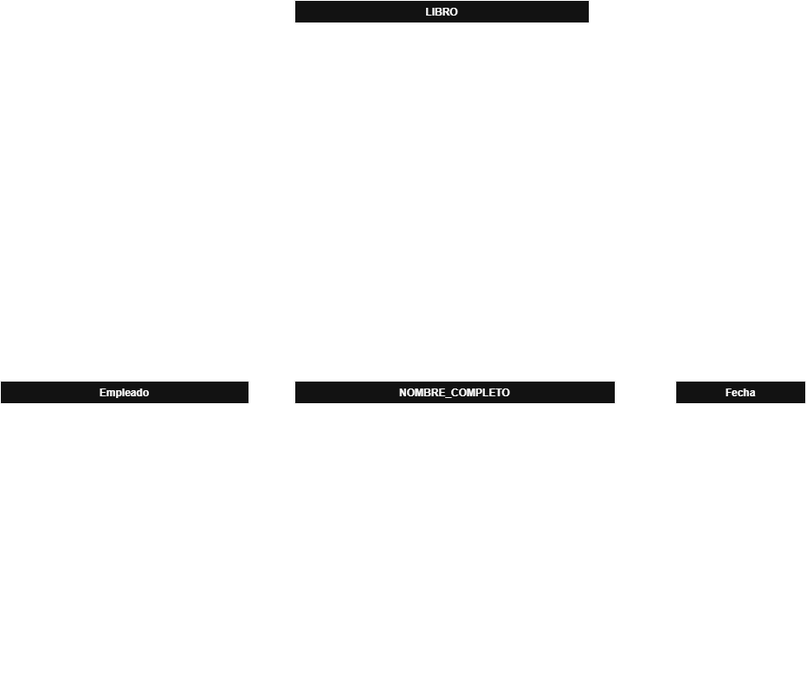
joeOsorio/36282_ProgramacinOrientadaAObjetos keeps this draw.io diagram as 2_Laboratorio/L02_Tema/docs/POO_Practica2_UML.png. Above is the earlier version. Source tidied: cells renumbered, new cells last; positions are measured from the earlier drawing's top-left corner, leaving out a move shared by most shapes.
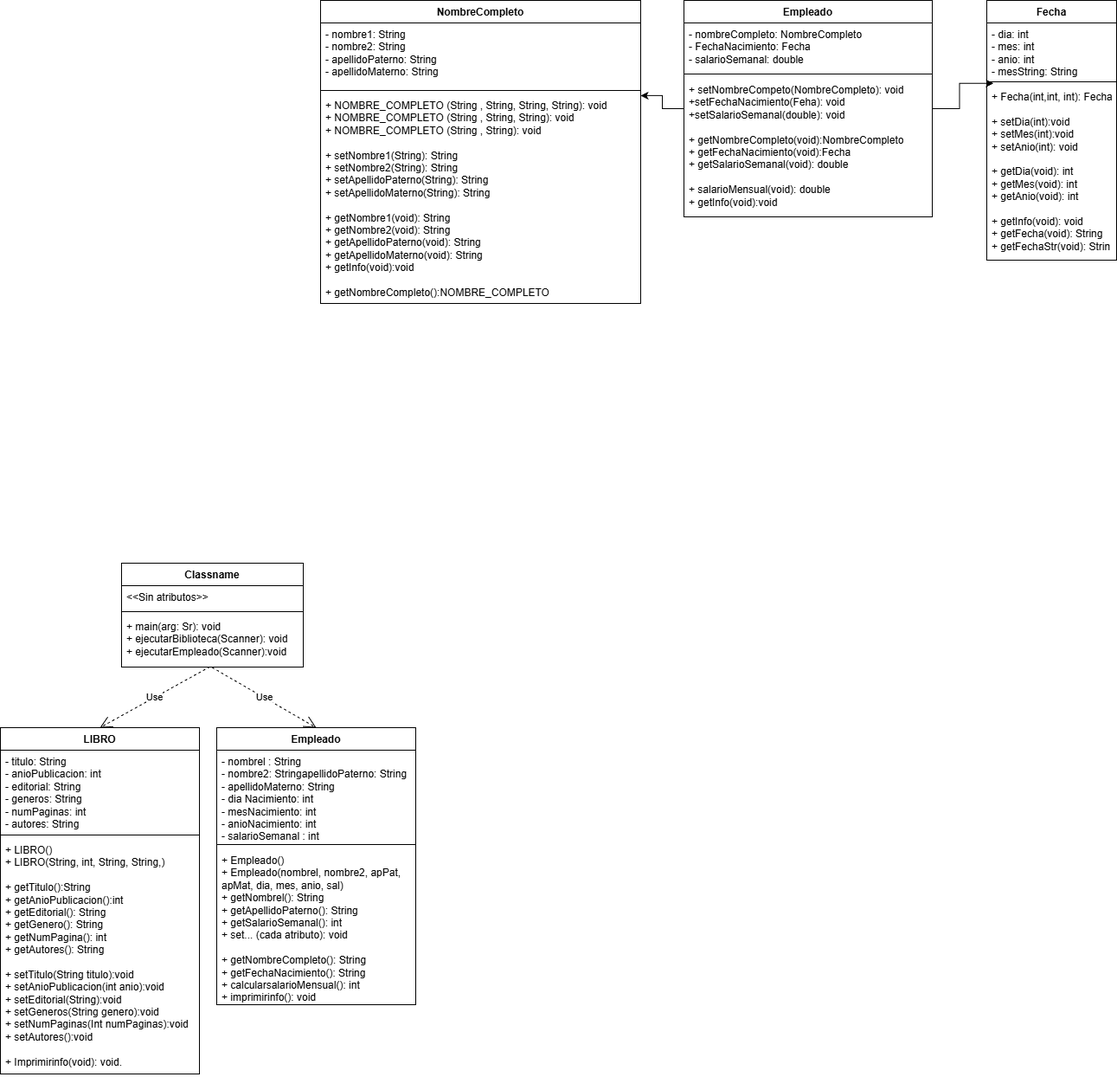
Above is the later version.

What changed in the source:
```diff
@@ -3,25 +3,19 @@
     <mxCell id="0" />
     <mxCell id="1" parent="0" />
     <mxCell id="2" value="LIBRO" style="swimlane;fontStyle=1;align=center;verticalAlign=top;horizontal=1;startSize=26;whiteSpace=wrap;html=1;" parent="1" vertex="1">
-      <mxGeometry x="340" width="340" height="390" as="geometry" />
+      <mxGeometry x="-360" y="1280" width="230" height="400" as="geometry" />
     </mxCell>
-    <mxCell id="3" value="- tituloLibro: String&lt;div&gt;- anioPublicacion: int&lt;/div&gt;&lt;div&gt;- editorial: String&lt;/div&gt;&lt;div&gt;- generos: String&lt;/div&gt;&lt;div&gt;- numPaginas: int&lt;/div&gt;&lt;div&gt;- autores: String&lt;/div&gt;" style="text;strokeColor=none;fillColor=none;align=left;verticalAlign=top;spacingLeft=4;spacingRight=4;overflow=hidden;whiteSpace=wrap;html=1;" parent="2" vertex="1">
-      <mxGeometry y="26" width="340" height="94" as="geometry" />
+    <mxCell id="3" value="- titulo: String&lt;div&gt;- anioPublicacion: int&lt;/div&gt;&lt;div&gt;- editorial: String&lt;/div&gt;&lt;div&gt;- generos: String&lt;/div&gt;&lt;div&gt;- numPaginas: int&lt;/div&gt;&lt;div&gt;- autores: String&lt;span style=&quot;white-space: pre;&quot;&gt;&#9;&lt;/span&gt;&lt;span style=&quot;white-space: pre;&quot;&gt;&#9;&lt;/span&gt;&lt;/div&gt;" style="text;strokeColor=none;fillColor=none;align=left;verticalAlign=top;spacingLeft=4;spacingRight=4;overflow=hidden;whiteSpace=wrap;html=1;" parent="2" vertex="1">
+      <mxGeometry y="26" width="230" height="94" as="geometry" />
     </mxCell>
     <mxCell id="4" style="line;strokeWidth=1;fillColor=none;align=left;verticalAlign=middle;spacingTop=-1;spacingLeft=3;spacingRight=3;labelPosition=right;strokeColor=inherit;" parent="2" vertex="1">
-      <mxGeometry y="120" width="340" height="8" as="geometry" />
+      <mxGeometry y="120" width="230" height="8" as="geometry" />
     </mxCell>
-    <mxCell id="5" value="&lt;div&gt;+ LIBRO(String, int, String, String,)&lt;/div&gt;&lt;div&gt;&lt;br&gt;&lt;/div&gt;&lt;div&gt;+ getTitulo(void):String&lt;/div&gt;&lt;div&gt;+ getAnioPublicacion(void):int&lt;/div&gt;&lt;div&gt;+ getEditorial(void): String&lt;/div&gt;&lt;div&gt;+ getGenero(void): String&lt;/div&gt;&lt;div&gt;+ getNumPagina(void): int&lt;/div&gt;&lt;div&gt;+ getAutores(void): String&lt;span style=&quot;background-color: transparent; color: light-dark(rgb(0, 0, 0), rgb(255, 255, 255));&quot;&gt;&amp;nbsp;&lt;/span&gt;&lt;/div&gt;&lt;div&gt;&lt;br&gt;&lt;/div&gt;&lt;div&gt;+ setTitulo(String titulo):void&lt;/div&gt;&lt;div&gt;+ setA&lt;span style=&quot;background-color: transparent; color: light-dark(rgb(0, 0, 0), rgb(255, 255, 255));&quot;&gt;nioPublicacion&lt;/span&gt;&lt;span style=&quot;background-color: transparent; color: light-dark(rgb(0, 0, 0), rgb(255, 255, 255));&quot;&gt;(int anio):void&lt;/span&gt;&lt;/div&gt;&lt;div&gt;&lt;div&gt;+ setE&lt;span style=&quot;background-color: transparent; color: light-dark(rgb(0, 0, 0), rgb(255, 255, 255));&quot;&gt;ditorial&lt;/span&gt;&lt;span style=&quot;background-color: transparent; color: light-dark(rgb(0, 0, 0), rgb(255, 255, 255));&quot;&gt;(String):void&lt;/span&gt;&lt;/div&gt;&lt;div&gt;+ setG&lt;span style=&quot;background-color: transparent; color: light-dark(rgb(0, 0, 0), rgb(255, 255, 255));&quot;&gt;eneros&lt;/span&gt;&lt;span style=&quot;background-color: transparent; color: light-dark(rgb(0, 0, 0), rgb(255, 255, 255));&quot;&gt;(String genero):void&lt;/span&gt;&lt;/div&gt;&lt;/div&gt;&lt;div&gt;&lt;div&gt;+ setN&lt;span style=&quot;background-color: transparent; color: light-dark(rgb(0, 0, 0), rgb(255, 255, 255));&quot;&gt;umPaginas&lt;/span&gt;&lt;span style=&quot;background-color: transparent; color: light-dark(rgb(0, 0, 0), rgb(255, 255, 255));&quot;&gt;(Int numPaginas):void&lt;/span&gt;&lt;/div&gt;&lt;div&gt;+ setA&lt;span style=&quot;background-color: transparent; color: light-dark(rgb(0, 0, 0), rgb(255, 255, 255));&quot;&gt;utores&lt;/span&gt;&lt;span style=&quot;background-color: transparent; color: light-dark(rgb(0, 0, 0), rgb(255, 255, 255));&quot;&gt;():void&lt;/span&gt;&lt;/div&gt;&lt;/div&gt;&lt;div&gt;&lt;br&gt;&lt;/div&gt;+ MostrarInfo (void): void.&lt;div&gt;&lt;br&gt;&lt;/div&gt;" style="text;strokeColor=none;fillColor=none;align=left;verticalAlign=top;spacingLeft=4;spacingRight=4;overflow=hidden;whiteSpace=wrap;html=1;" parent="2" vertex="1">
-      <mxGeometry y="128" width="340" height="262" as="geometry" />
+    <mxCell id="5" value="&lt;div&gt;+ LIBRO()&lt;/div&gt;&lt;div&gt;+ LIBRO(String, int, String, String,)&lt;/div&gt;&lt;div&gt;&lt;br&gt;&lt;/div&gt;&lt;div&gt;+ getTitulo():String&lt;/div&gt;&lt;div&gt;+ getAnioPublicacion():int&lt;/div&gt;&lt;div&gt;+ getEditorial(): String&lt;/div&gt;&lt;div&gt;+ getGenero(): String&lt;/div&gt;&lt;div&gt;+ getNumPagina(): int&lt;/div&gt;&lt;div&gt;+ getAutores(): String&lt;span style=&quot;background-color: transparent; color: light-dark(rgb(0, 0, 0), rgb(255, 255, 255));&quot;&gt;&amp;nbsp;&lt;/span&gt;&lt;/div&gt;&lt;div&gt;&lt;br&gt;&lt;/div&gt;&lt;div&gt;+ setTitulo(String titulo):void&lt;/div&gt;&lt;div&gt;+ setA&lt;span style=&quot;background-color: transparent; color: light-dark(rgb(0, 0, 0), rgb(255, 255, 255));&quot;&gt;nioPublicacion&lt;/span&gt;&lt;span style=&quot;background-color: transparent; color: light-dark(rgb(0, 0, 0), rgb(255, 255, 255));&quot;&gt;(int anio):void&lt;/span&gt;&lt;/div&gt;&lt;div&gt;&lt;div&gt;+ setE&lt;span style=&quot;background-color: transparent; color: light-dark(rgb(0, 0, 0), rgb(255, 255, 255));&quot;&gt;ditorial&lt;/span&gt;&lt;span style=&quot;background-color: transparent; color: light-dark(rgb(0, 0, 0), rgb(255, 255, 255));&quot;&gt;(String):void&lt;/span&gt;&lt;/div&gt;&lt;div&gt;+ setG&lt;span style=&quot;background-color: transparent; color: light-dark(rgb(0, 0, 0), rgb(255, 255, 255));&quot;&gt;eneros&lt;/span&gt;&lt;span style=&quot;background-color: transparent; color: light-dark(rgb(0, 0, 0), rgb(255, 255, 255));&quot;&gt;(String genero):void&lt;/span&gt;&lt;/div&gt;&lt;/div&gt;&lt;div&gt;&lt;div&gt;+ setN&lt;span style=&quot;background-color: transparent; color: light-dark(rgb(0, 0, 0), rgb(255, 255, 255));&quot;&gt;umPaginas&lt;/span&gt;&lt;span style=&quot;background-color: transparent; color: light-dark(rgb(0, 0, 0), rgb(255, 255, 255));&quot;&gt;(Int numPaginas):void&lt;/span&gt;&lt;/div&gt;&lt;div&gt;+ setA&lt;span style=&quot;background-color: transparent; color: light-dark(rgb(0, 0, 0), rgb(255, 255, 255));&quot;&gt;utores&lt;/span&gt;&lt;span style=&quot;background-color: transparent; color: light-dark(rgb(0, 0, 0), rgb(255, 255, 255));&quot;&gt;():void&lt;/span&gt;&lt;/div&gt;&lt;/div&gt;&lt;div&gt;&lt;br&gt;&lt;/div&gt;+ Imprimirinfo(void): void.&lt;div&gt;&lt;br&gt;&lt;/div&gt;" style="text;strokeColor=none;fillColor=none;align=left;verticalAlign=top;spacingLeft=4;spacingRight=4;overflow=hidden;whiteSpace=wrap;html=1;" parent="2" vertex="1">
+      <mxGeometry y="128" width="230" height="272" as="geometry" />
     </mxCell>
-    <mxCell id="6" style="edgeStyle=none;curved=1;rounded=0;orthogonalLoop=1;jettySize=auto;html=1;fontSize=12;startSize=8;endSize=8;entryX=0.006;entryY=0.063;entryDx=0;entryDy=0;entryPerimeter=0;" parent="1" edge="1">
-      <mxGeometry relative="1" as="geometry">
-        <mxPoint x="294" y="570" as="sourcePoint" />
-        <mxPoint x="332.2" y="563.2" as="targetPoint" />
-      </mxGeometry>
-    </mxCell>
     <mxCell id="7" value="Empleado" style="swimlane;fontStyle=1;align=center;verticalAlign=top;horizontal=1;startSize=26;whiteSpace=wrap;html=1;" parent="1" vertex="1">
-      <mxGeometry y="440" width="287" height="250" as="geometry" />
+      <mxGeometry x="430" y="440" width="287" height="250" as="geometry" />
     </mxCell>
     <mxCell id="8" value="&lt;div&gt;- nombreCompleto: NombreCompleto&lt;/div&gt;&lt;div&gt;- FechaNacimiento: Fecha&lt;/div&gt;&lt;div&gt;&lt;span style=&quot;background-color: transparent; color: light-dark(rgb(0, 0, 0), rgb(255, 255, 255));&quot;&gt;- salarioSemanal: double&lt;/span&gt;&lt;/div&gt;" style="text;strokeColor=none;fillColor=none;align=left;verticalAlign=top;spacingLeft=4;spacingRight=4;overflow=hidden;whiteSpace=wrap;html=1;" parent="7" vertex="1">
       <mxGeometry y="26" width="287" height="54" as="geometry" />
@@ -32,8 +26,8 @@
     <mxCell id="10" value="+ setNombreCompeto(NombreCompleto): void&lt;div&gt;+setFechaNacimiento(Feha): void&lt;/div&gt;&lt;div&gt;+setSalarioSemanal(double): void&lt;/div&gt;&lt;div&gt;&lt;br&gt;&lt;/div&gt;&lt;div&gt;+ getNombreCompleto(void):NombreCompleto&lt;/div&gt;&lt;div&gt;+ getFechaNacimiento(void):Fecha&lt;/div&gt;&lt;div&gt;+ getSalarioSemanal(void): double&lt;/div&gt;&lt;div&gt;&lt;br&gt;&lt;/div&gt;&lt;div&gt;+ salarioMensual(void): double&lt;/div&gt;&lt;div&gt;+ getInfo(void):void&lt;/div&gt;" style="text;strokeColor=none;fillColor=none;align=left;verticalAlign=top;spacingLeft=4;spacingRight=4;overflow=hidden;whiteSpace=wrap;html=1;" parent="7" vertex="1">
       <mxGeometry y="90" width="287" height="160" as="geometry" />
     </mxCell>
-    <mxCell id="11" value="NOMBRE_COMPLETO" style="swimlane;fontStyle=1;align=center;verticalAlign=top;horizontal=1;startSize=26;whiteSpace=wrap;html=1;" parent="1" vertex="1">
-      <mxGeometry x="340" y="440" width="370" height="350" as="geometry" />
+    <mxCell id="11" value="NombreCompleto" style="swimlane;fontStyle=1;align=center;verticalAlign=top;horizontal=1;startSize=26;whiteSpace=wrap;html=1;" parent="1" vertex="1">
+      <mxGeometry x="10" y="440" width="370" height="350" as="geometry" />
     </mxCell>
     <mxCell id="12" value="- nombre1: String&lt;div&gt;- nombre2: String&lt;/div&gt;&lt;div&gt;- apellidoPaterno: String&lt;/div&gt;&lt;div&gt;- apellidoMaterno: String&lt;/div&gt;" style="text;strokeColor=none;fillColor=none;align=left;verticalAlign=top;spacingLeft=4;spacingRight=4;overflow=hidden;whiteSpace=wrap;html=1;" parent="11" vertex="1">
       <mxGeometry y="26" width="370" height="74" as="geometry" />
@@ -44,9 +38,6 @@
     <mxCell id="14" value="+ NOMBRE_COMPLETO (String , String, String, String): void&lt;div&gt;+ NOMBRE_COMPLETO (String , String, String): void&lt;/div&gt;&lt;div&gt;+ NOMBRE_COMPLETO (String , String): void&lt;/div&gt;&lt;div&gt;&lt;br&gt;&lt;/div&gt;&lt;div&gt;+ setNombre1(String): String&lt;/div&gt;&lt;div&gt;+ setNombre2(String): String&lt;/div&gt;&lt;div&gt;+ setApellidoPaterno(String): String&lt;/div&gt;&lt;div&gt;+ setApellidoMaterno(String): String&lt;/div&gt;&lt;div&gt;&lt;br&gt;&lt;/div&gt;&lt;div&gt;+ getNombre1(void): String&lt;/div&gt;&lt;div&gt;+ getNombre2(void): String&lt;/div&gt;&lt;div&gt;+ getApellidoPaterno(void): String&lt;/div&gt;&lt;div&gt;&lt;div&gt;+ getApellidoMaterno(void): String&lt;/div&gt;&lt;div&gt;+ getInfo(void):void&lt;/div&gt;&lt;div&gt;&lt;br&gt;&lt;/div&gt;&lt;/div&gt;&lt;div&gt;+ getNombreCompleto():NOMBRE_COMPLETO&lt;/div&gt;" style="text;strokeColor=none;fillColor=none;align=left;verticalAlign=top;spacingLeft=4;spacingRight=4;overflow=hidden;points=[[0,0.5],[1,0.5]];portConstraint=eastwest;whiteSpace=wrap;html=1;" parent="11" vertex="1">
       <mxGeometry y="108" width="370" height="242" as="geometry" />
     </mxCell>
-    <mxCell id="15" style="edgeStyle=none;curved=1;rounded=0;jettySize=auto;html=1;fontSize=12;startSize=8;endSize=8;entryX=0.998;entryY=0.175;entryDx=0;entryDy=0;entryPerimeter=0;" parent="1" edge="1" source="16" target="14">
-      <mxGeometry relative="1" as="geometry" />
-    </mxCell>
     <mxCell id="16" value="Fecha" style="swimlane;fontStyle=1;align=center;verticalAlign=top;horizontal=1;startSize=26;whiteSpace=wrap;html=1;" parent="1" vertex="1">
       <mxGeometry x="780" y="440" width="150" height="300" as="geometry" />
     </mxCell>
@@ -59,5 +50,41 @@
     <mxCell id="19" value="&lt;div&gt;&lt;div&gt;+ Fecha(int,int, int): Fecha&lt;/div&gt;&lt;div&gt;&lt;br&gt;&lt;/div&gt;+ setDia(int):void&lt;div&gt;+ setMes(int):void&lt;/div&gt;&lt;div&gt;+ setAnio(int): void&lt;/div&gt;&lt;div&gt;&lt;br&gt;&lt;/div&gt;&lt;div&gt;+ getDia(void): int&lt;/div&gt;&lt;div&gt;&lt;span style=&quot;background-color: transparent; color: light-dark(rgb(0, 0, 0), rgb(255, 255, 255));&quot;&gt;+ getMes(void): int&lt;/span&gt;&amp;nbsp;&lt;/div&gt;&lt;div&gt;+ getAnio(void): int&lt;/div&gt;&lt;div&gt;&lt;br&gt;&lt;/div&gt;&lt;div&gt;+ getInfo(void): void&lt;/div&gt;&lt;/div&gt;&lt;div&gt;+ getFecha(void): String&lt;/div&gt;&lt;div&gt;+ getFechaStr(void): Strin&lt;/div&gt;&lt;div&gt;&lt;br&gt;&lt;/div&gt;" style="text;strokeColor=none;fillColor=none;align=left;verticalAlign=top;spacingLeft=4;spacingRight=4;overflow=hidden;points=[[0,0.5],[1,0.5]];portConstraint=eastwest;whiteSpace=wrap;html=1;" parent="16" vertex="1">
       <mxGeometry y="98" width="150" height="202" as="geometry" />
     </mxCell>
+    <mxCell id="20" style="edgeStyle=orthogonalEdgeStyle;rounded=0;jettySize=auto;html=1;entryX=0.052;entryY=-0.011;entryDx=0;entryDy=0;entryPerimeter=0;" parent="1" edge="1" source="7" target="19">
+      <mxGeometry relative="1" as="geometry" />
+    </mxCell>
+    <mxCell id="21" style="edgeStyle=orthogonalEdgeStyle;rounded=0;jettySize=auto;html=1;exitX=0;exitY=0.5;exitDx=0;exitDy=0;entryX=1;entryY=0.008;entryDx=0;entryDy=0;entryPerimeter=0;" parent="1" edge="1" source="7" target="14">
+      <mxGeometry relative="1" as="geometry" />
+    </mxCell>
+    <mxCell id="22" value="Empleado" style="swimlane;fontStyle=1;align=center;verticalAlign=top;horizontal=1;startSize=26;whiteSpace=wrap;html=1;" parent="1" vertex="1">
+      <mxGeometry x="-110" y="1280" width="230" height="320" as="geometry" />
+    </mxCell>
+    <mxCell id="23" value="- nombrel : String&lt;div&gt;- nombre2: StringapellidoPaterno: String&lt;/div&gt;&lt;div&gt;- apellidoMaterno: String&lt;/div&gt;&lt;div&gt;- dia Nacimiento: int&lt;/div&gt;&lt;div&gt;- mesNacimiento: int&lt;/div&gt;&lt;div&gt;- anioNacimiento: int&lt;/div&gt;&lt;div&gt;- salarioSemanal : int&lt;/div&gt;" style="text;strokeColor=none;fillColor=none;align=left;verticalAlign=top;spacingLeft=4;spacingRight=4;overflow=hidden;whiteSpace=wrap;html=1;" parent="22" vertex="1">
+      <mxGeometry y="26" width="230" height="104" as="geometry" />
+    </mxCell>
+    <mxCell id="24" style="line;strokeWidth=1;fillColor=none;align=left;verticalAlign=middle;spacingTop=-1;spacingLeft=3;spacingRight=3;labelPosition=right;strokeColor=inherit;" parent="22" vertex="1">
+      <mxGeometry y="130" width="230" height="10" as="geometry" />
+    </mxCell>
+    <mxCell id="25" value="&lt;div&gt;&lt;span style=&quot;background-color: transparent; color: light-dark(rgb(0, 0, 0), rgb(255, 255, 255));&quot;&gt;+ Empleado()&lt;/span&gt;&lt;/div&gt;&lt;div&gt;&lt;span style=&quot;white-space: pre; white-space: normal;&quot;&gt;&#9;&lt;/span&gt;&lt;/div&gt;&lt;div&gt;&lt;span style=&quot;white-space: normal;&quot;&gt;+ Empleado(nombrel, nombre2, apPat, apMat, dia, mes, anio, sal)&lt;/span&gt;&lt;/div&gt;&lt;div&gt;&lt;span style=&quot;white-space: pre; white-space: normal;&quot;&gt;&#9;&lt;/span&gt;&lt;/div&gt;&lt;div&gt;&lt;span style=&quot;background-color: transparent; color: light-dark(rgb(0, 0, 0), rgb(255, 255, 255));&quot;&gt;+ getNombrel(): String&lt;/span&gt;&lt;/div&gt;&lt;div&gt;&lt;span style=&quot;white-space: pre; white-space: normal;&quot;&gt;&#9;&lt;/span&gt;&lt;/div&gt;&lt;div&gt;&lt;span style=&quot;white-space: normal;&quot;&gt;+ getApellidoPaterno(): String&lt;/span&gt;&lt;/div&gt;&lt;div&gt;&lt;span style=&quot;white-space: pre; white-space: normal;&quot;&gt;&#9;&lt;/span&gt;&lt;/div&gt;&lt;div&gt;&lt;span style=&quot;white-space: normal;&quot;&gt;+ getSalarioSemanal(): int&lt;/span&gt;&lt;/div&gt;&lt;div&gt;&lt;span style=&quot;white-space: pre; white-space: normal;&quot;&gt;&#9;&lt;/span&gt;&lt;/div&gt;&lt;div&gt;&lt;span style=&quot;white-space: normal;&quot;&gt;+ set... (cada atributo): void&lt;/span&gt;&lt;/div&gt;&lt;div&gt;&lt;span style=&quot;white-space: pre; white-space: normal;&quot;&gt;&#9;&lt;/span&gt;&lt;/div&gt;&lt;div&gt;&lt;br&gt;&lt;/div&gt;&lt;div&gt;&lt;span style=&quot;white-space: pre; white-space: normal;&quot;&gt;&#9;&lt;/span&gt;&lt;/div&gt;&lt;div&gt;&lt;span style=&quot;white-space: normal;&quot;&gt;+ getNombreCompleto(): String&lt;/span&gt;&lt;/div&gt;&lt;div&gt;&lt;span style=&quot;white-space: pre; white-space: normal;&quot;&gt;&#9;&lt;/span&gt;&lt;/div&gt;&lt;div&gt;&lt;span style=&quot;white-space: normal;&quot;&gt;+ getFechaNacimiento(): String&lt;/span&gt;&lt;/div&gt;&lt;div&gt;&lt;span style=&quot;white-space: pre; white-space: normal;&quot;&gt;&#9;&lt;/span&gt;&lt;/div&gt;&lt;div&gt;&lt;span style=&quot;white-space: normal;&quot;&gt;+ calcularsalarioMensual(): int&lt;/span&gt;&lt;/div&gt;&lt;div&gt;&lt;span style=&quot;white-space: pre; white-space: normal;&quot;&gt;&#9;&lt;/span&gt;&lt;/div&gt;&lt;div&gt;&lt;span style=&quot;white-space: normal;&quot;&gt;+ imprimirinfo(): void&lt;/span&gt;&lt;/div&gt;&lt;div&gt;&lt;br&gt;&lt;/div&gt;" style="text;strokeColor=none;fillColor=none;align=left;verticalAlign=top;spacingLeft=4;spacingRight=4;overflow=hidden;whiteSpace=wrap;html=1;" parent="22" vertex="1">
+      <mxGeometry y="140" width="230" height="180" as="geometry" />
+    </mxCell>
+    <mxCell id="26" value="Classname" style="swimlane;fontStyle=1;align=center;verticalAlign=top;horizontal=1;startSize=26;whiteSpace=wrap;html=1;" parent="1" vertex="1">
+      <mxGeometry x="-220" y="1090" width="210" height="120" as="geometry" />
+    </mxCell>
+    <mxCell id="27" value="&amp;lt;&amp;lt;Sin atributos&amp;gt;&amp;gt;" style="text;strokeColor=none;fillColor=none;align=left;verticalAlign=top;spacingLeft=4;spacingRight=4;overflow=hidden;whiteSpace=wrap;html=1;" parent="26" vertex="1">
+      <mxGeometry y="26" width="210" height="26" as="geometry" />
+    </mxCell>
+    <mxCell id="28" style="line;strokeWidth=1;fillColor=none;align=left;verticalAlign=middle;spacingTop=-1;spacingLeft=3;spacingRight=3;labelPosition=right;strokeColor=inherit;" parent="26" vertex="1">
+      <mxGeometry y="52" width="210" height="8" as="geometry" />
+    </mxCell>
+    <mxCell id="29" value="+ main(arg: Sr): void&lt;div&gt;+ ejecutarBiblioteca(Scanner): void&lt;/div&gt;&lt;div&gt;+ ejecutarEmpleado(Scanner):void&lt;/div&gt;" style="text;strokeColor=none;fillColor=none;align=left;verticalAlign=top;spacingLeft=4;spacingRight=4;overflow=hidden;points=[[0,0.5],[1,0.5]];portConstraint=eastwest;whiteSpace=wrap;html=1;" parent="26" vertex="1">
+      <mxGeometry y="60" width="210" height="60" as="geometry" />
+    </mxCell>
+    <mxCell id="30" value="Use" style="endArrow=open;endSize=12;dashed=1;html=1;rounded=0;exitX=0.498;exitY=1.008;exitDx=0;exitDy=0;exitPerimeter=0;entryX=0.5;entryY=0;entryDx=0;entryDy=0;" parent="1" edge="1" source="29" target="22">
+      <mxGeometry relative="1" as="geometry" />
+    </mxCell>
+    <mxCell id="31" value="Use" style="endArrow=open;endSize=12;dashed=1;html=1;rounded=0;exitX=0.486;exitY=0.995;exitDx=0;exitDy=0;exitPerimeter=0;entryX=0.5;entryY=0;entryDx=0;entryDy=0;" parent="1" edge="1" source="29" target="2">
+      <mxGeometry relative="1" as="geometry" />
+    </mxCell>
   </root>
 </mxGraphModel>
```
